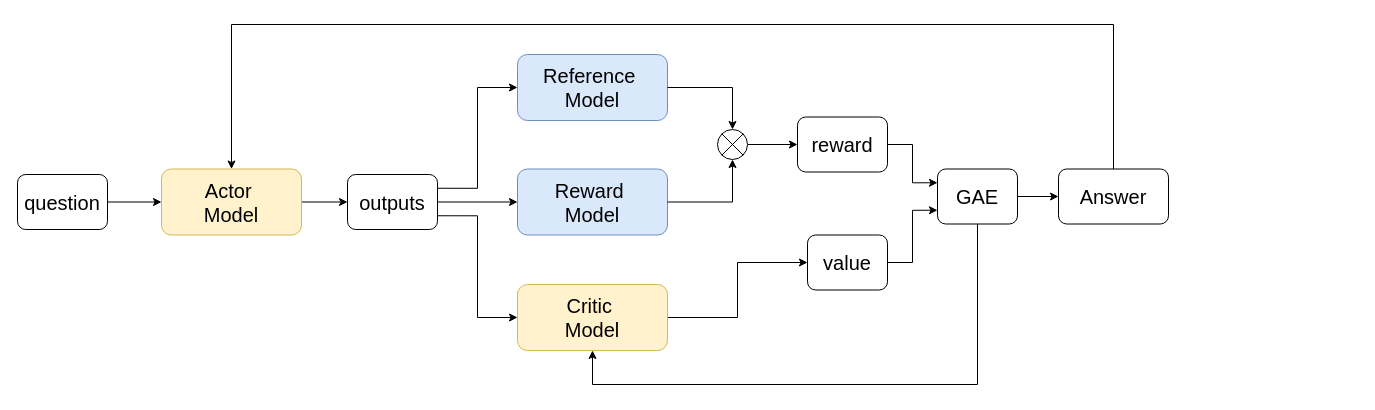
cao-jicheng/drawio-diagrams keeps this draw.io diagram as rl.drawio. Above is the earlier version. Source tidied: cells renumbered, new cells numbered last; positions are measured from the earlier drawing's top-left corner, leaving out a move shared by most shapes. Both pictures are drawn from the tidied source at 100%, with x=0, y=0 at pixel (17, 24).
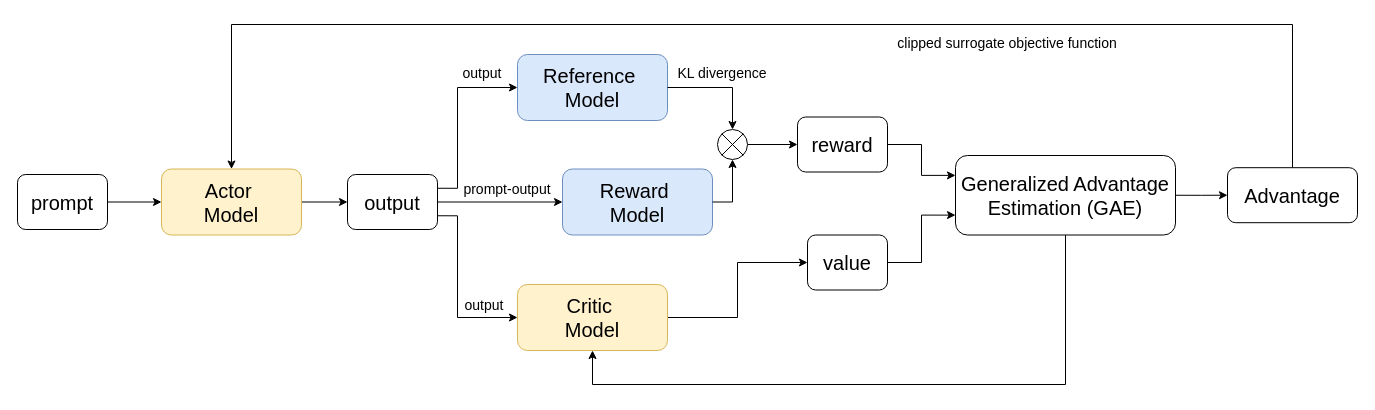
Above is the later version.

Unchanged cells that the change refers to:
```xml
<mxCell id="5" value="Actor&amp;nbsp;&lt;div&gt;Model&lt;/div&gt;" style="rounded=1;whiteSpace=wrap;html=1;fontSize=20;fillColor=#fff2cc;strokeColor=#d6b656;" parent="1" vertex="1">
  <mxGeometry x="144" y="144.5" width="140" height="66" as="geometry" />
</mxCell>
<mxCell id="12" value="Critic&amp;nbsp;&lt;div&gt;Model&lt;/div&gt;" style="rounded=1;whiteSpace=wrap;html=1;fontSize=20;fillColor=#fff2cc;strokeColor=#d6b656;" parent="1" vertex="1">
  <mxGeometry x="500" y="260" width="150" height="66" as="geometry" />
</mxCell>
<mxCell id="22" value="Reference&amp;nbsp;&lt;div&gt;Model&lt;/div&gt;" style="rounded=1;whiteSpace=wrap;html=1;fontSize=20;fillColor=#dae8fc;strokeColor=#6c8ebf;" parent="1" vertex="1">
  <mxGeometry x="500" y="30" width="150" height="66" as="geometry" />
</mxCell>
```

What changed in the source:
```diff
@@
-    <mxCell id="3" value="question" style="rounded=1;whiteSpace=wrap;html=1;fontSize=20;" parent="1" vertex="1">
+    <mxCell id="3" value="prompt" style="rounded=1;whiteSpace=wrap;html=1;fontSize=20;" parent="1" vertex="1">
       <mxGeometry y="150" width="90" height="55" as="geometry" />
     </mxCell>
@@
     <mxCell id="6" style="edgeStyle=orthogonalEdgeStyle;rounded=0;jettySize=auto;html=1;exitX=1;exitY=0.25;exitDx=0;exitDy=0;entryX=0;entryY=0.5;entryDx=0;entryDy=0;" parent="1" edge="1" source="9" target="22">
-      <mxGeometry relative="1" as="geometry" />
+      <mxGeometry relative="1" as="geometry">
+        <Array as="points">
+          <mxPoint x="440" y="164" />
+          <mxPoint x="440" y="63" />
+        </Array>
+      </mxGeometry>
     </mxCell>
@@
     <mxCell id="8" style="edgeStyle=orthogonalEdgeStyle;rounded=0;jettySize=auto;html=1;exitX=1;exitY=0.75;exitDx=0;exitDy=0;entryX=0;entryY=0.5;entryDx=0;entryDy=0;" parent="1" edge="1" source="9" target="12">
-      <mxGeometry relative="1" as="geometry" />
+      <mxGeometry relative="1" as="geometry">
+        <Array as="points">
+          <mxPoint x="440" y="191" />
+          <mxPoint x="440" y="293" />
+        </Array>
+      </mxGeometry>
     </mxCell>
-    <mxCell id="9" value="outputs" style="rounded=1;whiteSpace=wrap;html=1;fontSize=20;" parent="1" vertex="1">
+    <mxCell id="9" value="output" style="rounded=1;whiteSpace=wrap;html=1;fontSize=20;" parent="1" vertex="1">
       <mxGeometry x="330" y="150" width="90" height="55" as="geometry" />
     </mxCell>
     <mxCell id="10" value="Reward&amp;nbsp;&lt;div&gt;Model&lt;/div&gt;" style="rounded=1;whiteSpace=wrap;html=1;fontSize=20;fillColor=#dae8fc;strokeColor=#6c8ebf;" parent="1" vertex="1">
-      <mxGeometry x="500" y="144.5" width="150" height="66" as="geometry" />
+      <mxGeometry x="545" y="144.5" width="150" height="66" as="geometry" />
     </mxCell>
@@
     <mxCell id="17" style="edgeStyle=orthogonalEdgeStyle;rounded=0;jettySize=auto;html=1;exitX=0.5;exitY=1;exitDx=0;exitDy=0;entryX=0.5;entryY=1;entryDx=0;entryDy=0;" parent="1" edge="1" source="19" target="12">
       <mxGeometry relative="1" as="geometry">
         <Array as="points">
-          <mxPoint x="960" y="360" />
+          <mxPoint x="1048" y="360" />
           <mxPoint x="575" y="360" />
         </Array>
       </mxGeometry>
     </mxCell>
@@
-    <mxCell id="19" value="GAE" style="rounded=1;whiteSpace=wrap;html=1;fontSize=20;" parent="1" vertex="1">
-      <mxGeometry x="920" y="144.5" width="80" height="55" as="geometry" />
+    <mxCell id="19" value="Generalized Advantage Estimation (GAE)" style="rounded=1;whiteSpace=wrap;html=1;fontSize=20;" parent="1" vertex="1">
+      <mxGeometry x="938" y="131" width="220" height="79.5" as="geometry" />
     </mxCell>
     <mxCell id="20" style="edgeStyle=orthogonalEdgeStyle;rounded=0;jettySize=auto;html=1;exitX=0.5;exitY=0;exitDx=0;exitDy=0;entryX=0.5;entryY=0;entryDx=0;entryDy=0;" parent="1" edge="1" source="21" target="5">
       <mxGeometry relative="1" as="geometry">
         <Array as="points">
-          <mxPoint x="1096" />
+          <mxPoint x="1275" />
           <mxPoint x="214" />
         </Array>
       </mxGeometry>
     </mxCell>
-    <mxCell id="21" value="Answer" style="rounded=1;whiteSpace=wrap;html=1;fontSize=20;" parent="1" vertex="1">
-      <mxGeometry x="1041" y="144.5" width="110" height="55" as="geometry" />
+    <mxCell id="21" value="Advantage" style="rounded=1;whiteSpace=wrap;html=1;fontSize=20;" parent="1" vertex="1">
+      <mxGeometry x="1210" y="143.2" width="130" height="55" as="geometry" />
     </mxCell>
@@
+    <mxCell id="27" value="prompt-output" style="text;html=1;whiteSpace=wrap;strokeColor=none;fillColor=none;align=center;verticalAlign=middle;rounded=0;fontSize=14;" parent="1" vertex="1">
+      <mxGeometry x="435" y="150" width="110" height="30" as="geometry" />
+    </mxCell>
+    <mxCell id="28" value="output" style="text;html=1;whiteSpace=wrap;strokeColor=none;fillColor=none;align=center;verticalAlign=middle;rounded=0;fontSize=14;" parent="1" vertex="1">
+      <mxGeometry x="437" y="265.5" width="60" height="30" as="geometry" />
+    </mxCell>
+    <mxCell id="29" value="output" style="text;html=1;whiteSpace=wrap;strokeColor=none;fillColor=none;align=center;verticalAlign=middle;rounded=0;fontSize=14;" parent="1" vertex="1">
+      <mxGeometry x="435" y="34" width="60" height="30" as="geometry" />
+    </mxCell>
+    <mxCell id="30" value="clipped surrogate objective function" style="text;html=1;whiteSpace=wrap;strokeColor=none;fillColor=none;align=center;verticalAlign=middle;rounded=0;fontSize=14;" parent="1" vertex="1">
+      <mxGeometry x="870" y="4" width="240" height="30" as="geometry" />
+    </mxCell>
+    <mxCell id="31" value="KL divergence" style="text;html=1;whiteSpace=wrap;strokeColor=none;fillColor=none;align=center;verticalAlign=middle;rounded=0;fontSize=14;" parent="1" vertex="1">
+      <mxGeometry x="650" y="34" width="110" height="30" as="geometry" />
+    </mxCell>
```
